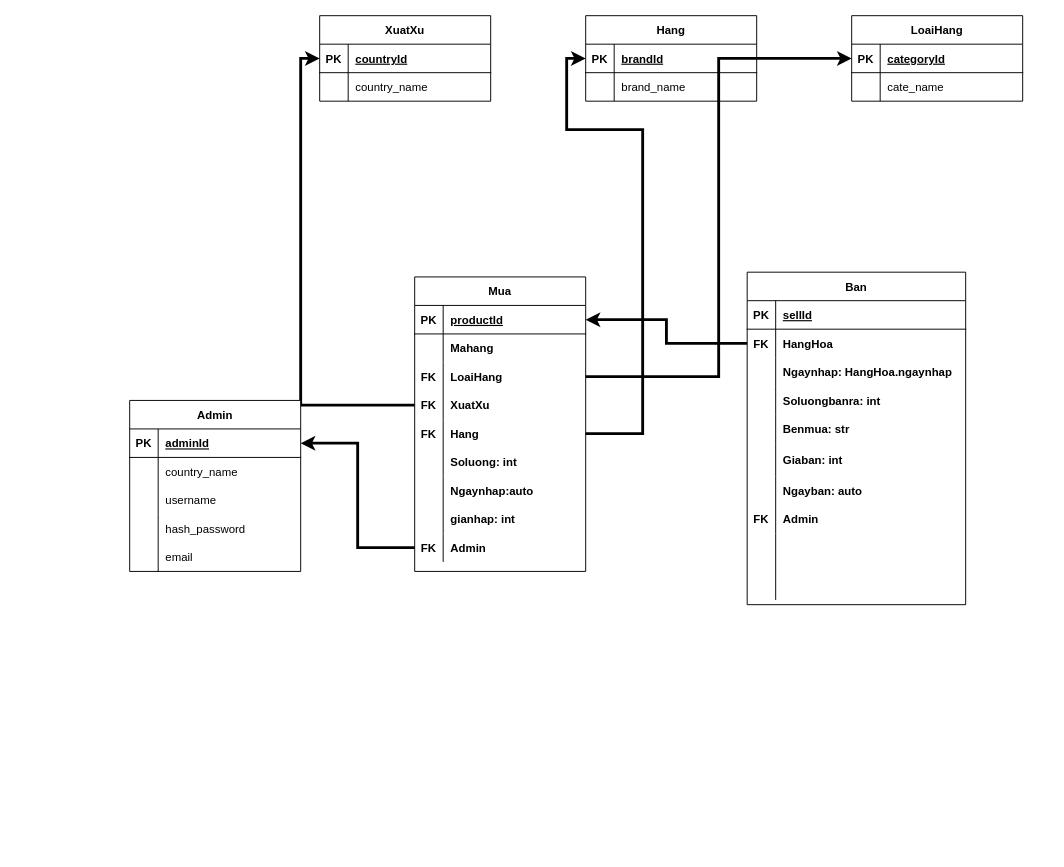
This is goodsDatabase.drawio from huytan0812/huytan0812.github.io, a draw.io file, before an edit. Source tidied: cells renumbered, new cells numbered last; positions are measured from the earlier drawing's top-left corner, leaving out a move shared by most shapes. Both pictures are drawn from the tidied source at 95%, with x=0, y=0 at pixel (129, 15).
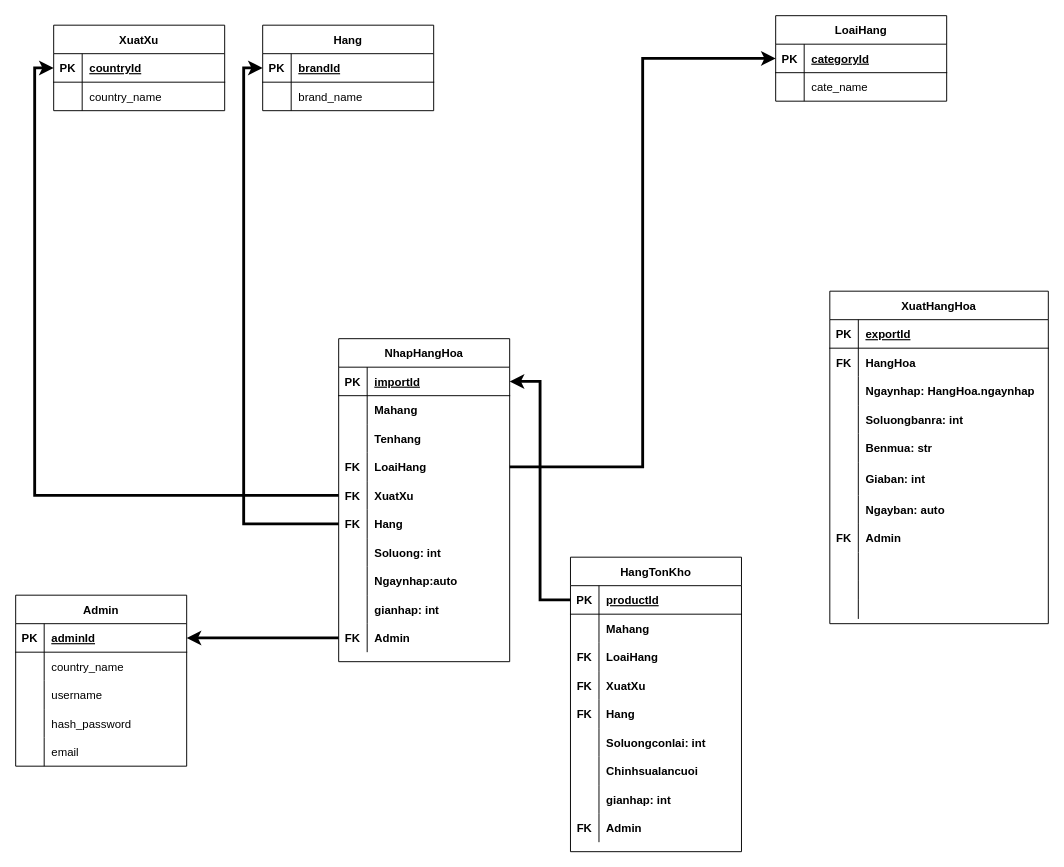
The same page after the edit.

The change refers to these unchanged cells:
```xml
<mxCell id="10" style="shape=tableRow;horizontal=0;startSize=0;swimlaneHead=0;swimlaneBody=0;fillColor=none;points=[[0,0.5],[1,0.5]];portConstraint=eastwest;top=0;left=0;right=0;bottom=1;" parent="9" vertex="1">
  <mxGeometry y="30" width="180" height="30" as="geometry" />
</mxCell>
<mxCell id="24" style="shape=tableRow;horizontal=0;startSize=0;swimlaneHead=0;swimlaneBody=0;fillColor=none;points=[[0,0.5],[1,0.5]];portConstraint=eastwest;top=0;left=0;right=0;bottom=1;" parent="23" vertex="1">
  <mxGeometry y="30" width="180" height="30" as="geometry" />
</mxCell>
<mxCell id="72" style="shape=tableRow;horizontal=0;startSize=0;swimlaneHead=0;swimlaneBody=0;fillColor=none;top=0;left=0;right=0;bottom=1;" parent="71" vertex="1">
  <mxGeometry y="30" width="230" height="30" as="geometry" />
</mxCell>
<mxCell id="75" style="shape=tableRow;horizontal=0;startSize=0;swimlaneHead=0;swimlaneBody=0;fillColor=none;points=[[0,0.5],[1,0.5]];portConstraint=eastwest;top=0;left=0;right=0;bottom=0;" parent="71" vertex="1">
  <mxGeometry y="60" width="230" height="30" as="geometry" />
</mxCell>
```

Diff of the diagram source:
```diff
@@
     <mxCell id="2" value="XuatXu" style="shape=table;startSize=30;childLayout=tableLayout;rowLines=0;fontStyle=1;align=center;" parent="1" vertex="1">
-      <mxGeometry x="200" width="180" height="90" as="geometry" />
+      <mxGeometry x="-80" y="10" width="180" height="90" as="geometry" />
     </mxCell>
@@
     <mxCell id="9" value="Hang" style="shape=table;startSize=30;childLayout=tableLayout;rowLines=0;fontStyle=1;align=center;" parent="1" vertex="1">
-      <mxGeometry x="480" width="180" height="90" as="geometry" />
+      <mxGeometry x="140" y="10" width="180" height="90" as="geometry" />
     </mxCell>
@@
     <mxCell id="16" value="LoaiHang" style="shape=table;startSize=30;childLayout=tableLayout;rowLines=0;fontStyle=1;align=center;" parent="1" vertex="1">
-      <mxGeometry x="760" width="180" height="90" as="geometry" />
+      <mxGeometry x="680" width="180" height="90" as="geometry" />
     </mxCell>
@@
-    <mxCell id="23" value="Mua" style="shape=table;startSize=30;childLayout=tableLayout;rowLines=0;fontStyle=1;align=center;" parent="1" vertex="1">
-      <mxGeometry x="300" y="275" width="180" height="310" as="geometry" />
+    <mxCell id="23" value="NhapHangHoa" style="shape=table;startSize=30;childLayout=tableLayout;rowLines=0;fontStyle=1;align=center;" parent="1" vertex="1">
+      <mxGeometry x="220" y="340" width="180" height="340" as="geometry" />
     </mxCell>
@@
-    <mxCell id="26" value="productId" style="shape=partialRectangle;fillColor=none;top=0;left=0;bottom=0;right=0;align=left;spacingLeft=6;fontStyle=5;overflow=hidden;" parent="24" vertex="1">
+    <mxCell id="26" value="importId" style="shape=partialRectangle;fillColor=none;top=0;left=0;bottom=0;right=0;align=left;spacingLeft=6;fontStyle=5;overflow=hidden;" parent="24" vertex="1">
       <mxGeometry x="30" width="150" height="30" as="geometry" />
     </mxCell>
@@
+    <mxCell id="106" style="shape=tableRow;horizontal=0;startSize=0;swimlaneHead=0;swimlaneBody=0;fillColor=none;top=0;left=0;right=0;bottom=0;" parent="23" vertex="1">
+      <mxGeometry y="90" width="180" height="30" as="geometry" />
+    </mxCell>
+    <mxCell id="107" style="shape=partialRectangle;fillColor=none;top=0;left=0;bottom=0;right=0;overflow=hidden;" parent="106" vertex="1">
+      <mxGeometry width="30" height="30" as="geometry" />
+    </mxCell>
+    <mxCell id="108" value="Tenhang" style="shape=partialRectangle;fillColor=none;top=0;left=0;bottom=0;right=0;align=left;spacingLeft=6;overflow=hidden;fontStyle=1;" parent="106" vertex="1">
+      <mxGeometry x="30" width="150" height="30" as="geometry" />
+    </mxCell>
     <mxCell id="30" style="shape=tableRow;horizontal=0;startSize=0;swimlaneHead=0;swimlaneBody=0;fillColor=none;points=[[0,0.5],[1,0.5]];portConstraint=eastwest;top=0;left=0;right=0;bottom=0;" parent="23" vertex="1">
-      <mxGeometry y="90" width="180" height="30" as="geometry" />
+      <mxGeometry y="120" width="180" height="30" as="geometry" />
     </mxCell>
@@
     <mxCell id="33" style="shape=tableRow;horizontal=0;startSize=0;swimlaneHead=0;swimlaneBody=0;fillColor=none;points=[[0,0.5],[1,0.5]];portConstraint=eastwest;top=0;left=0;right=0;bottom=0;" parent="23" vertex="1">
-      <mxGeometry y="120" width="180" height="30" as="geometry" />
+      <mxGeometry y="150" width="180" height="30" as="geometry" />
     </mxCell>
@@
     <mxCell id="36" style="shape=tableRow;horizontal=0;startSize=0;swimlaneHead=0;swimlaneBody=0;fillColor=none;points=[[0,0.5],[1,0.5]];portConstraint=eastwest;top=0;left=0;right=0;bottom=0;" parent="23" vertex="1">
-      <mxGeometry y="150" width="180" height="30" as="geometry" />
+      <mxGeometry y="180" width="180" height="30" as="geometry" />
     </mxCell>
@@
     <mxCell id="39" style="shape=tableRow;horizontal=0;startSize=0;swimlaneHead=0;swimlaneBody=0;fillColor=none;top=0;left=0;right=0;bottom=0;" parent="23" vertex="1">
-      <mxGeometry y="180" width="180" height="30" as="geometry" />
+      <mxGeometry y="210" width="180" height="30" as="geometry" />
     </mxCell>
@@
     <mxCell id="42" style="shape=tableRow;horizontal=0;startSize=0;swimlaneHead=0;swimlaneBody=0;fillColor=none;top=0;left=0;right=0;bottom=0;" parent="23" vertex="1">
-      <mxGeometry y="210" width="180" height="30" as="geometry" />
+      <mxGeometry y="240" width="180" height="30" as="geometry" />
     </mxCell>
@@
     <mxCell id="45" style="shape=tableRow;horizontal=0;startSize=0;swimlaneHead=0;swimlaneBody=0;fillColor=none;top=0;left=0;right=0;bottom=0;" parent="23" vertex="1">
-      <mxGeometry y="240" width="180" height="30" as="geometry" />
+      <mxGeometry y="270" width="180" height="30" as="geometry" />
     </mxCell>
@@
     <mxCell id="48" style="shape=tableRow;horizontal=0;startSize=0;swimlaneHead=0;swimlaneBody=0;fillColor=none;points=[[0,0.5],[1,0.5]];portConstraint=eastwest;top=0;left=0;right=0;bottom=0;" parent="23" vertex="1">
-      <mxGeometry y="270" width="180" height="30" as="geometry" />
+      <mxGeometry y="300" width="180" height="30" as="geometry" />
     </mxCell>
@@
-    <mxCell id="53" style="edgeStyle=orthogonalEdgeStyle;rounded=0;jettySize=auto;html=1;entryX=0;entryY=0.5;entryDx=0;entryDy=0;fontSize=14;strokeWidth=3;exitX=1;exitY=0.5;exitDx=0;exitDy=0;" parent="1" edge="1" source="36" target="10">
-      <mxGeometry relative="1" as="geometry">
-        <Array as="points">
-          <mxPoint x="540" y="440" />
-          <mxPoint x="540" y="120" />
-          <mxPoint x="460" y="120" />
-          <mxPoint x="460" y="45" />
-        </Array>
-      </mxGeometry>
-    </mxCell>
     <mxCell id="54" value="Admin" style="shape=table;startSize=30;childLayout=tableLayout;rowLines=0;fontStyle=1;align=center;" parent="1" vertex="1">
-      <mxGeometry y="405" width="180" height="180" as="geometry" />
+      <mxGeometry x="-120" y="610" width="180" height="180" as="geometry" />
     </mxCell>
@@
-    <mxCell id="71" value="Ban" style="shape=table;startSize=30;childLayout=tableLayout;rowLines=0;fontStyle=1;align=center;" parent="1" vertex="1">
-      <mxGeometry x="650" y="270" width="230" height="350" as="geometry" />
+    <mxCell id="71" value="XuatHangHoa" style="shape=table;startSize=30;childLayout=tableLayout;rowLines=0;fontStyle=1;align=center;" parent="1" vertex="1">
+      <mxGeometry x="737" y="290" width="230" height="350" as="geometry" />
     </mxCell>
@@
-    <mxCell id="74" value="sellId" style="shape=partialRectangle;fillColor=none;top=0;left=0;bottom=0;right=0;align=left;spacingLeft=6;fontStyle=5;overflow=hidden;" parent="72" vertex="1">
+    <mxCell id="74" value="exportId" style="shape=partialRectangle;fillColor=none;top=0;left=0;bottom=0;right=0;align=left;spacingLeft=6;fontStyle=5;overflow=hidden;" parent="72" vertex="1">
       <mxGeometry x="30" width="200" height="30" as="geometry" />
     </mxCell>
@@
-    <mxCell id="105" style="edgeStyle=orthogonalEdgeStyle;rounded=0;jettySize=auto;html=1;fontSize=14;strokeWidth=3;" parent="1" edge="1" source="75" target="24">
-      <mxGeometry relative="1" as="geometry" />
-    </mxCell>
+    <mxCell id="109" value="HangTonKho" style="shape=table;startSize=30;childLayout=tableLayout;rowLines=0;fontStyle=1;align=center;" parent="1" vertex="1">
+      <mxGeometry x="464" y="570" width="180" height="310" as="geometry" />
+    </mxCell>
+    <mxCell id="110" style="shape=tableRow;horizontal=0;startSize=0;swimlaneHead=0;swimlaneBody=0;fillColor=none;points=[[0,0.5],[1,0.5]];portConstraint=eastwest;top=0;left=0;right=0;bottom=1;" parent="109" vertex="1">
+      <mxGeometry y="30" width="180" height="30" as="geometry" />
+    </mxCell>
+    <mxCell id="111" value="PK" style="shape=partialRectangle;fillColor=none;top=0;left=0;bottom=0;right=0;fontStyle=1;overflow=hidden;" parent="110" vertex="1">
+      <mxGeometry width="30" height="30" as="geometry" />
+    </mxCell>
+    <mxCell id="112" value="productId" style="shape=partialRectangle;fillColor=none;top=0;left=0;bottom=0;right=0;align=left;spacingLeft=6;fontStyle=5;overflow=hidden;" parent="110" vertex="1">
+      <mxGeometry x="30" width="150" height="30" as="geometry" />
+    </mxCell>
+    <mxCell id="113" style="shape=tableRow;horizontal=0;startSize=0;swimlaneHead=0;swimlaneBody=0;fillColor=none;top=0;left=0;right=0;bottom=0;" parent="109" vertex="1">
+      <mxGeometry y="60" width="180" height="30" as="geometry" />
+    </mxCell>
+    <mxCell id="114" style="shape=partialRectangle;fillColor=none;top=0;left=0;bottom=0;right=0;overflow=hidden;" parent="113" vertex="1">
+      <mxGeometry width="30" height="30" as="geometry" />
+    </mxCell>
+    <mxCell id="115" value="Mahang" style="shape=partialRectangle;fillColor=none;top=0;left=0;bottom=0;right=0;align=left;spacingLeft=6;overflow=hidden;fontStyle=1;" parent="113" vertex="1">
+      <mxGeometry x="30" width="150" height="30" as="geometry" />
+    </mxCell>
+    <mxCell id="116" style="shape=tableRow;horizontal=0;startSize=0;swimlaneHead=0;swimlaneBody=0;fillColor=none;top=0;left=0;right=0;bottom=0;" parent="109" vertex="1">
+      <mxGeometry y="90" width="180" height="30" as="geometry" />
+    </mxCell>
+    <mxCell id="117" value="FK" style="shape=partialRectangle;fillColor=none;top=0;left=0;bottom=0;right=0;overflow=hidden;fontStyle=1;" parent="116" vertex="1">
+      <mxGeometry width="30" height="30" as="geometry" />
+    </mxCell>
+    <mxCell id="118" value="LoaiHang" style="shape=partialRectangle;fillColor=none;top=0;left=0;bottom=0;right=0;align=left;spacingLeft=6;overflow=hidden;fontStyle=1;" parent="116" vertex="1">
+      <mxGeometry x="30" width="150" height="30" as="geometry" />
+    </mxCell>
+    <mxCell id="119" style="shape=tableRow;horizontal=0;startSize=0;swimlaneHead=0;swimlaneBody=0;fillColor=none;top=0;left=0;right=0;bottom=0;" parent="109" vertex="1">
+      <mxGeometry y="120" width="180" height="30" as="geometry" />
+    </mxCell>
+    <mxCell id="120" value="FK" style="shape=partialRectangle;fillColor=none;top=0;left=0;bottom=0;right=0;overflow=hidden;fontStyle=1;" parent="119" vertex="1">
+      <mxGeometry width="30" height="30" as="geometry" />
+    </mxCell>
+    <mxCell id="121" value="XuatXu" style="shape=partialRectangle;fillColor=none;top=0;left=0;bottom=0;right=0;align=left;spacingLeft=6;overflow=hidden;fontStyle=1;" parent="119" vertex="1">
+      <mxGeometry x="30" width="150" height="30" as="geometry" />
+    </mxCell>
+    <mxCell id="122" style="shape=tableRow;horizontal=0;startSize=0;swimlaneHead=0;swimlaneBody=0;fillColor=none;top=0;left=0;right=0;bottom=0;" parent="109" vertex="1">
+      <mxGeometry y="150" width="180" height="30" as="geometry" />
+    </mxCell>
+    <mxCell id="123" value="FK" style="shape=partialRectangle;fillColor=none;top=0;left=0;bottom=0;right=0;overflow=hidden;fontStyle=1;" parent="122" vertex="1">
+      <mxGeometry width="30" height="30" as="geometry" />
+    </mxCell>
+    <mxCell id="124" value="Hang" style="shape=partialRectangle;fillColor=none;top=0;left=0;bottom=0;right=0;align=left;spacingLeft=6;overflow=hidden;fontStyle=1;" parent="122" vertex="1">
+      <mxGeometry x="30" width="150" height="30" as="geometry" />
+    </mxCell>
+    <mxCell id="125" style="shape=tableRow;horizontal=0;startSize=0;swimlaneHead=0;swimlaneBody=0;fillColor=none;top=0;left=0;right=0;bottom=0;" parent="109" vertex="1">
+      <mxGeometry y="180" width="180" height="30" as="geometry" />
+    </mxCell>
+    <mxCell id="126" style="shape=partialRectangle;fillColor=none;top=0;left=0;bottom=0;right=0;overflow=hidden;" parent="125" vertex="1">
+      <mxGeometry width="30" height="30" as="geometry" />
+    </mxCell>
+    <mxCell id="127" value="Soluongconlai: int" style="shape=partialRectangle;fillColor=none;top=0;left=0;bottom=0;right=0;align=left;spacingLeft=6;overflow=hidden;fontStyle=1;" parent="125" vertex="1">
+      <mxGeometry x="30" width="150" height="30" as="geometry" />
+    </mxCell>
+    <mxCell id="128" style="shape=tableRow;horizontal=0;startSize=0;swimlaneHead=0;swimlaneBody=0;fillColor=none;top=0;left=0;right=0;bottom=0;" parent="109" vertex="1">
+      <mxGeometry y="210" width="180" height="30" as="geometry" />
+    </mxCell>
+    <mxCell id="129" style="shape=partialRectangle;fillColor=none;top=0;left=0;bottom=0;right=0;overflow=hidden;" parent="128" vertex="1">
+      <mxGeometry width="30" height="30" as="geometry" />
+    </mxCell>
+    <mxCell id="130" value="Chinhsualancuoi" style="shape=partialRectangle;fillColor=none;top=0;left=0;bottom=0;right=0;align=left;spacingLeft=6;overflow=hidden;fontStyle=1;" parent="128" vertex="1">
+      <mxGeometry x="30" width="150" height="30" as="geometry" />
+    </mxCell>
+    <mxCell id="131" style="shape=tableRow;horizontal=0;startSize=0;swimlaneHead=0;swimlaneBody=0;fillColor=none;top=0;left=0;right=0;bottom=0;" parent="109" vertex="1">
+      <mxGeometry y="240" width="180" height="30" as="geometry" />
+    </mxCell>
+    <mxCell id="132" style="shape=partialRectangle;fillColor=none;top=0;left=0;bottom=0;right=0;overflow=hidden;" parent="131" vertex="1">
+      <mxGeometry width="30" height="30" as="geometry" />
+    </mxCell>
+    <mxCell id="133" value="gianhap: int" style="shape=partialRectangle;fillColor=none;top=0;left=0;bottom=0;right=0;align=left;spacingLeft=6;overflow=hidden;fontStyle=1;" parent="131" vertex="1">
+      <mxGeometry x="30" width="150" height="30" as="geometry" />
+    </mxCell>
+    <mxCell id="134" style="shape=tableRow;horizontal=0;startSize=0;swimlaneHead=0;swimlaneBody=0;fillColor=none;top=0;left=0;right=0;bottom=0;" parent="109" vertex="1">
+      <mxGeometry y="270" width="180" height="30" as="geometry" />
+    </mxCell>
+    <mxCell id="135" value="FK" style="shape=partialRectangle;fillColor=none;top=0;left=0;bottom=0;right=0;overflow=hidden;fontStyle=1;" parent="134" vertex="1">
+      <mxGeometry width="30" height="30" as="geometry" />
+    </mxCell>
+    <mxCell id="136" value="Admin" style="shape=partialRectangle;fillColor=none;top=0;left=0;bottom=0;right=0;align=left;spacingLeft=6;overflow=hidden;fontStyle=1;" parent="134" vertex="1">
+      <mxGeometry x="30" width="150" height="30" as="geometry" />
+    </mxCell>
+    <mxCell id="53" style="edgeStyle=orthogonalEdgeStyle;rounded=0;jettySize=auto;html=1;entryX=0;entryY=0.5;entryDx=0;entryDy=0;strokeWidth=3;" parent="1" edge="1" source="36" target="10">
+      <mxGeometry relative="1" as="geometry" />
+    </mxCell>
+    <mxCell id="137" style="edgeStyle=orthogonalEdgeStyle;rounded=0;jettySize=auto;html=1;entryX=1;entryY=0.5;entryDx=0;entryDy=0;strokeWidth=3;" parent="1" edge="1" source="110" target="24">
+      <mxGeometry relative="1" as="geometry" />
+    </mxCell>
```
